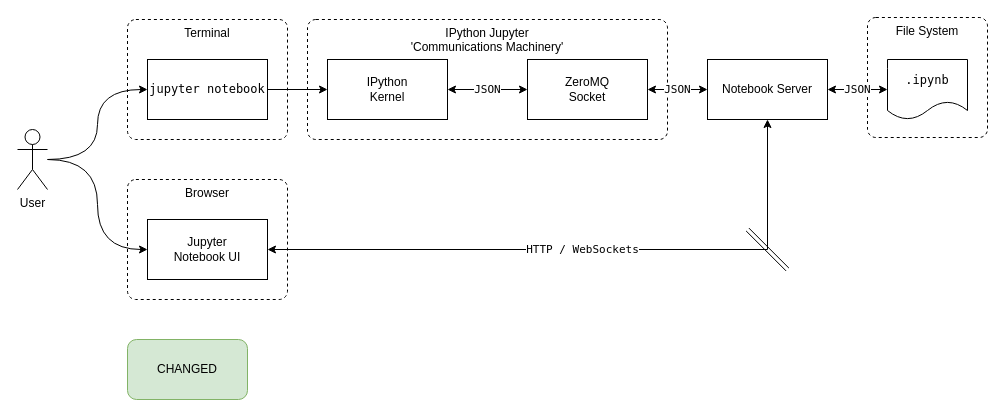
Earlier version of the draw.io diagram jupyter_notebook_architecture.drawio (panningforbacon/panningforbacon.github.io). Source tidied: cells renumbered, new cells numbered last; positions are measured from the earlier drawing's top-left corner, leaving out a move shared by most shapes. Both pictures are drawn from the tidied source at 100%, with x=0, y=0 at pixel (17, 17).
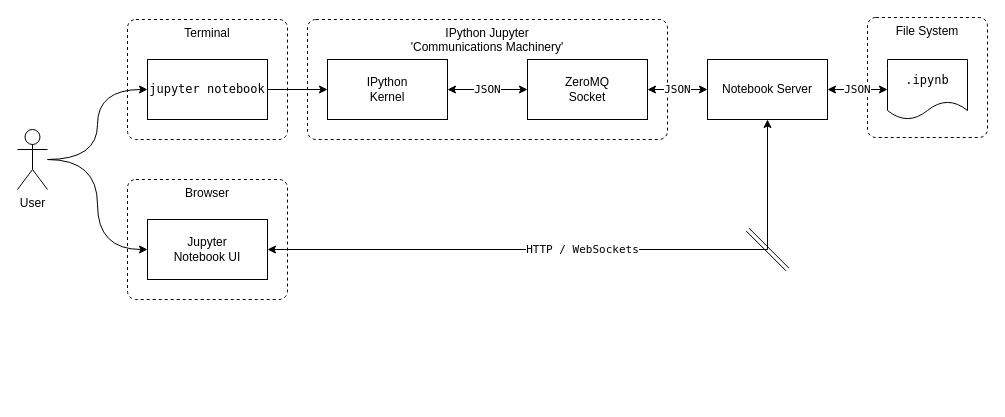
The same page after the edit.

The edit, as a diff of the source:
```diff
@@
-    <mxCell id="21" value="CHANGED" style="rounded=1;whiteSpace=wrap;html=1;fillColor=#d5e8d4;strokeColor=#82b366;" parent="1" vertex="1">
-      <mxGeometry x="110" y="322" width="120" height="60" as="geometry" />
-    </mxCell>
```
